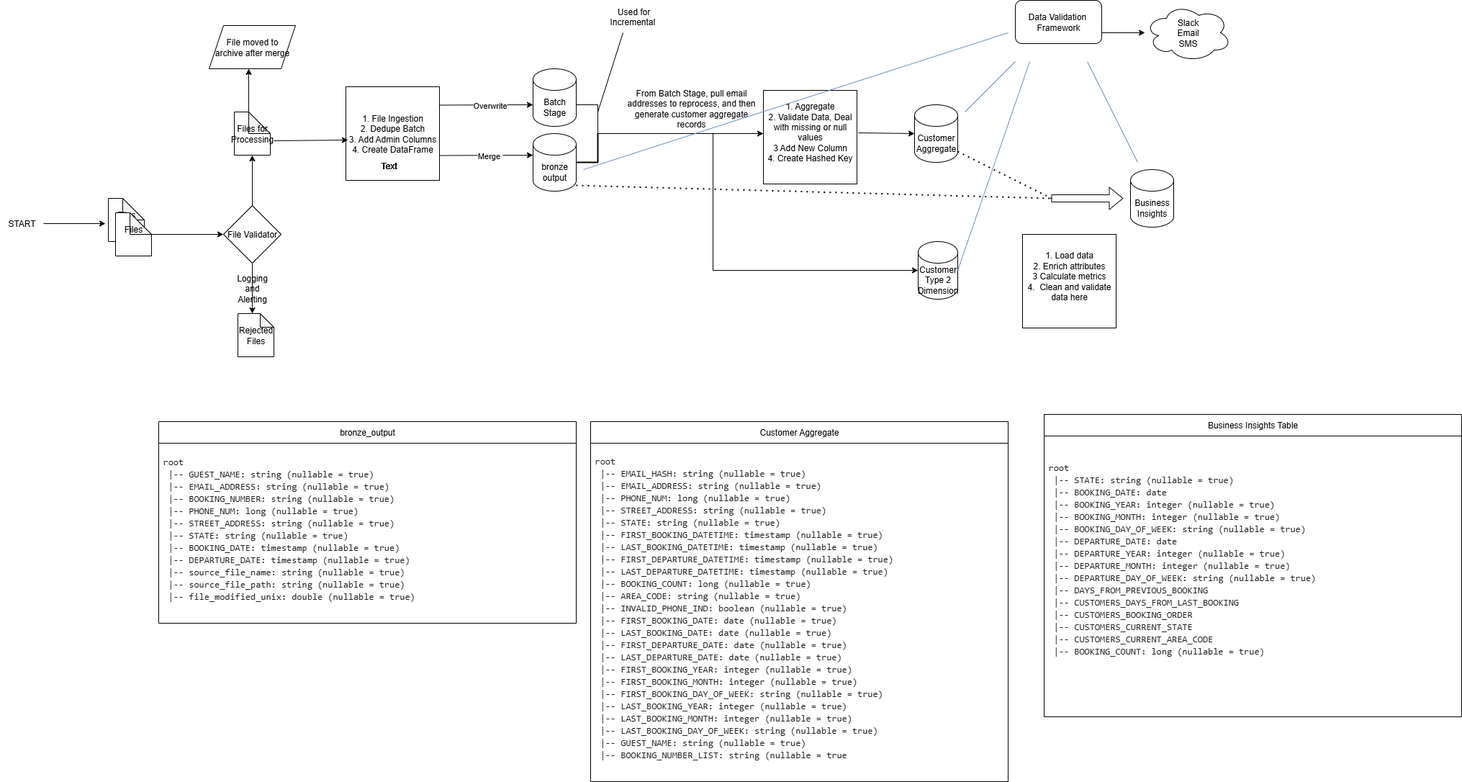
Above: Bookings Data Pipeline Architecture.png in ronpark71/PySparkCodingAssessmentDataPipeline (draw.io), before the change. Source tidied: cells renumbered, new cells last; positions are measured from the earlier drawing's top-left corner, leaving out a move shared by most shapes.
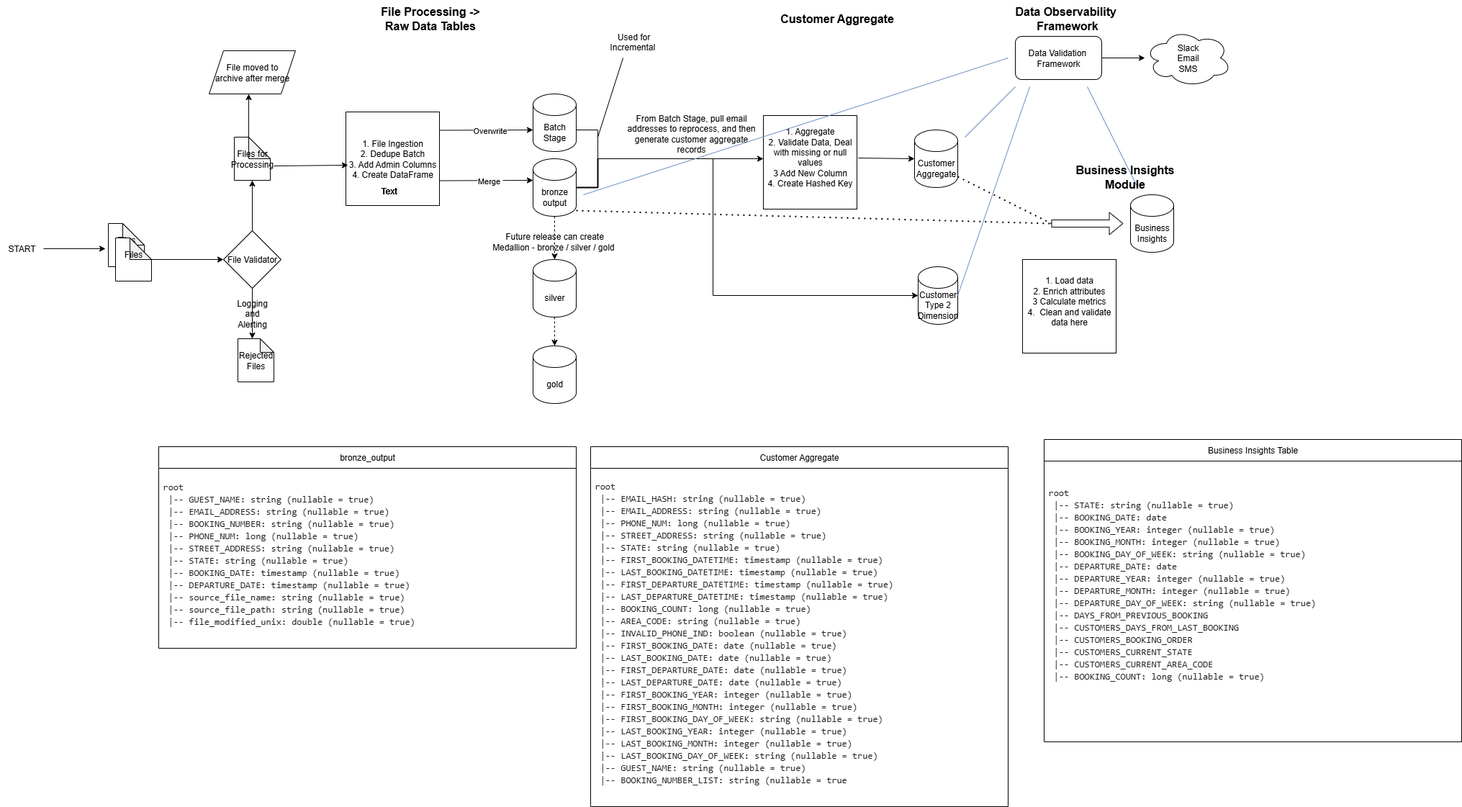
The same diagram one commit later.

The edit, as a diff of the source:
```diff
@@ -137,7 +137,7 @@
       <mxGeometry x="1275" y="335" width="55" height="80" as="geometry" />
     </mxCell>
     <mxCell id="37" value="Data Validation&amp;nbsp;&lt;div&gt;Framework&lt;/div&gt;" style="rounded=1;whiteSpace=wrap;html=1;" parent="1" vertex="1">
-      <mxGeometry x="1410" width="120" height="60" as="geometry" />
+      <mxGeometry x="1410" y="15" width="120" height="60" as="geometry" />
     </mxCell>
     <mxCell id="38" style="endArrow=none;html=1;rounded=0;fontColor=#1219F4;fillColor=#dae8fc;strokeColor=#6c8ebf;" parent="1" edge="1">
       <mxGeometry relative="1" as="geometry">
@@ -224,5 +224,34 @@
     <mxCell id="57" value="1. Load data&lt;div&gt;2. Enrich attributes&lt;div&gt;3 Calculate metrics&lt;/div&gt;&lt;div&gt;&lt;span style=&quot;background-color: transparent; color: light-dark(rgb(0, 0, 0), rgb(255, 255, 255));&quot;&gt;4.&amp;nbsp; Clean and validate data here&lt;/span&gt;&lt;/div&gt;&lt;div&gt;&lt;br&gt;&lt;/div&gt;&lt;/div&gt;" style="whiteSpace=wrap;html=1;" parent="1" vertex="1">
       <mxGeometry x="1420" y="325" width="130" height="130" as="geometry" />
     </mxCell>
+    <mxCell id="58" value="silver" style="shape=cylinder3;whiteSpace=wrap;html=1;boundedLbl=1;backgroundOutline=1;size=15;" parent="1" vertex="1">
+      <mxGeometry x="740" y="325" width="60" height="80" as="geometry" />
+    </mxCell>
+    <mxCell id="59" value="gold" style="shape=cylinder3;whiteSpace=wrap;html=1;boundedLbl=1;backgroundOutline=1;size=15;" parent="1" vertex="1">
+      <mxGeometry x="740" y="445" width="60" height="80" as="geometry" />
+    </mxCell>
+    <mxCell id="60" style="endArrow=classic;html=1;rounded=0;exitX=0.5;exitY=1;exitDx=0;exitDy=0;exitPerimeter=0;entryX=0.5;entryY=0;entryDx=0;entryDy=0;entryPerimeter=0;dashed=1;" parent="1" edge="1" source="5" target="58">
+      <mxGeometry relative="1" as="geometry" />
+    </mxCell>
+    <mxCell id="61" style="endArrow=classic;html=1;rounded=0;entryX=0.5;entryY=0;entryDx=0;entryDy=0;entryPerimeter=0;dashed=1;" parent="1" edge="1" target="59">
+      <mxGeometry relative="1" as="geometry">
+        <mxPoint x="770" y="405" as="sourcePoint" />
+      </mxGeometry>
+    </mxCell>
+    <mxCell id="62" value="Future release can create Medallion - bronze / silver / gold&amp;nbsp;" style="text;html=1;align=center;verticalAlign=middle;whiteSpace=wrap;rounded=0;" parent="1" vertex="1">
+      <mxGeometry x="675" y="285" width="190" height="30" as="geometry" />
+    </mxCell>
+    <mxCell id="63" value="File Processing -&amp;gt; Raw Data Tables" style="text;html=1;align=center;verticalAlign=middle;whiteSpace=wrap;rounded=0;fontStyle=1;fontSize=16;" parent="1" vertex="1">
+      <mxGeometry x="515" y="-35" width="165" height="50" as="geometry" />
+    </mxCell>
+    <mxCell id="64" value="Customer Aggregate" style="text;html=1;align=center;verticalAlign=middle;whiteSpace=wrap;rounded=0;fontStyle=1;fontSize=16;" parent="1" vertex="1">
+      <mxGeometry x="1080" y="-35" width="165" height="50" as="geometry" />
+    </mxCell>
+    <mxCell id="65" value="Business Insights Module" style="text;html=1;align=center;verticalAlign=middle;whiteSpace=wrap;rounded=0;fontStyle=1;fontSize=16;" parent="1" vertex="1">
+      <mxGeometry x="1480" y="185" width="165" height="50" as="geometry" />
+    </mxCell>
+    <mxCell id="66" value="Data Observability&amp;nbsp;&lt;div&gt;Framework&lt;/div&gt;" style="text;html=1;align=center;verticalAlign=middle;whiteSpace=wrap;rounded=0;fontStyle=1;fontSize=16;" parent="1" vertex="1">
+      <mxGeometry x="1400" y="-35" width="165" height="50" as="geometry" />
+    </mxCell>
   </root>
 </mxGraphModel>
```
